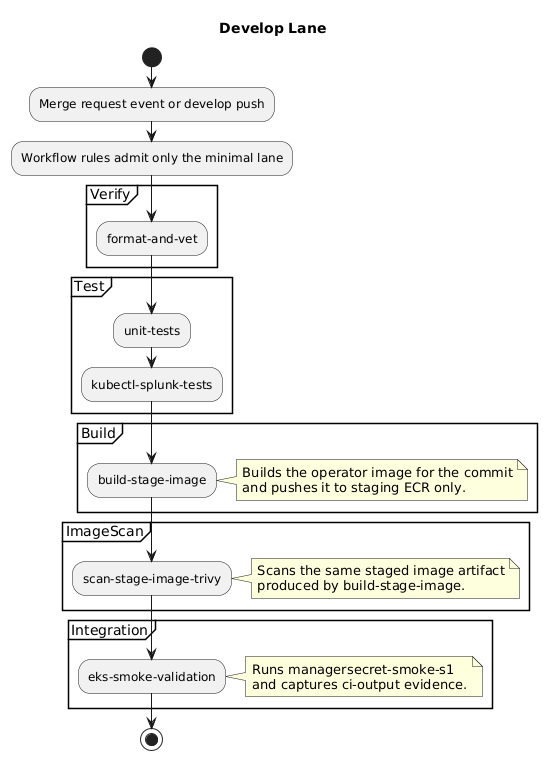
This is gitlab-ci/diagrams/develop-lane.png from splunk/splunk-operator, a PlantUML export, as it was before one commit.
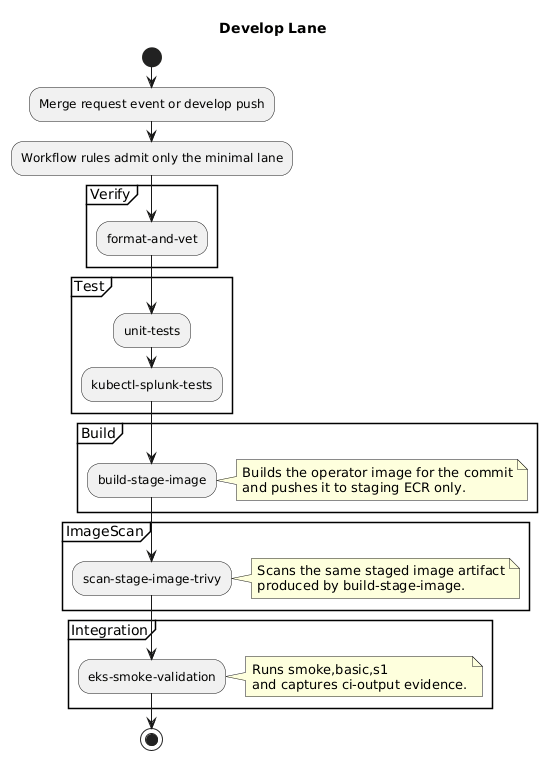
After the commit.

What changed in the source:
```diff
@@ -32,7 +32,7 @@
 partition Integration {
   :eks-smoke-validation;
   note right
-    Runs managersecret-smoke-s1
+    Runs smoke,basic,s1
     and captures ci-output evidence.
   end note
 }
```
